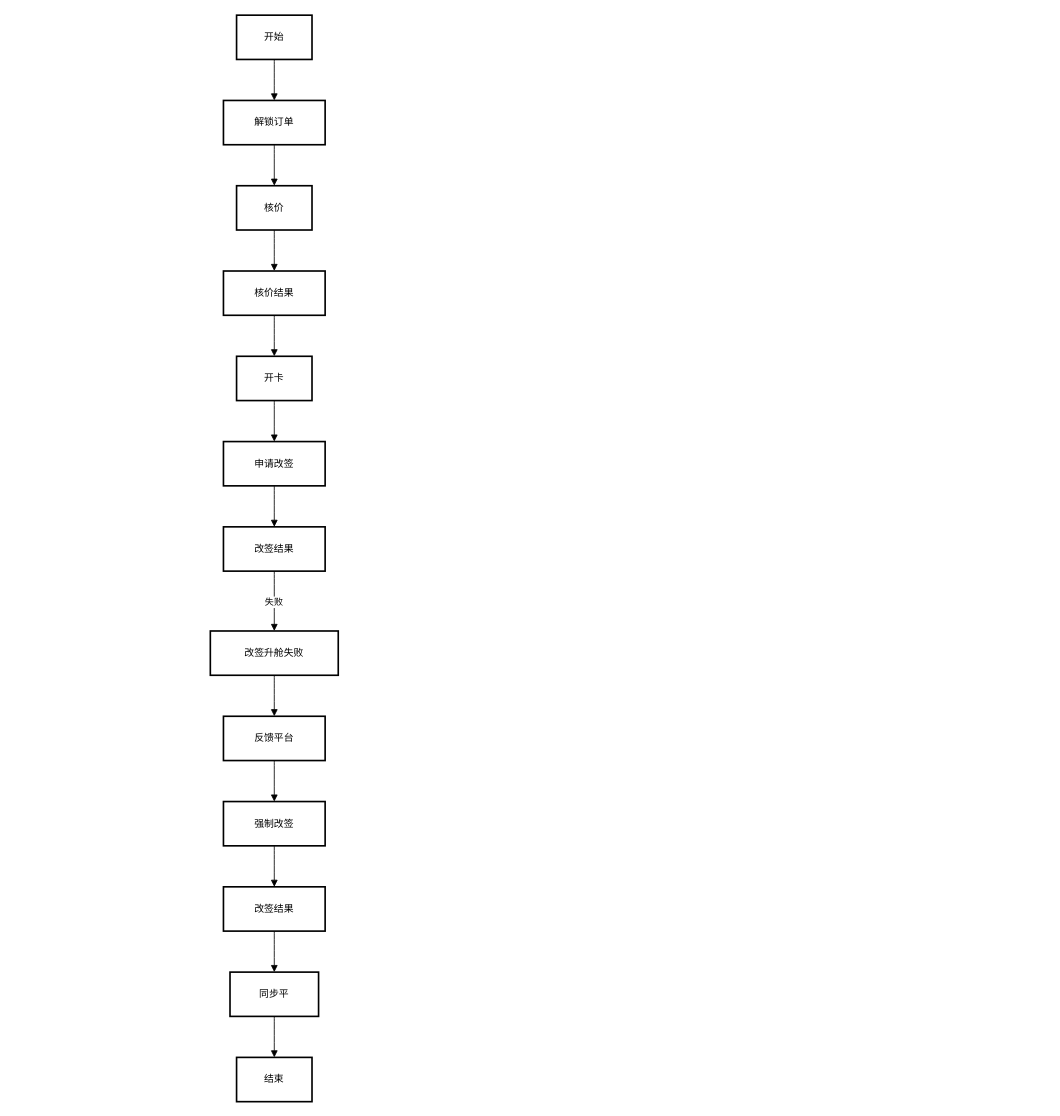
Before: 自动改签流程.drawio in kelvin9527/diagram, a draw.io diagram. Source tidied: cells renumbered, new cells numbered last; positions are measured from the earlier drawing's top-left corner, leaving out a move shared by most shapes. Both pictures are drawn from the tidied source at 82%, with x=0, y=0 at pixel (210, 15).
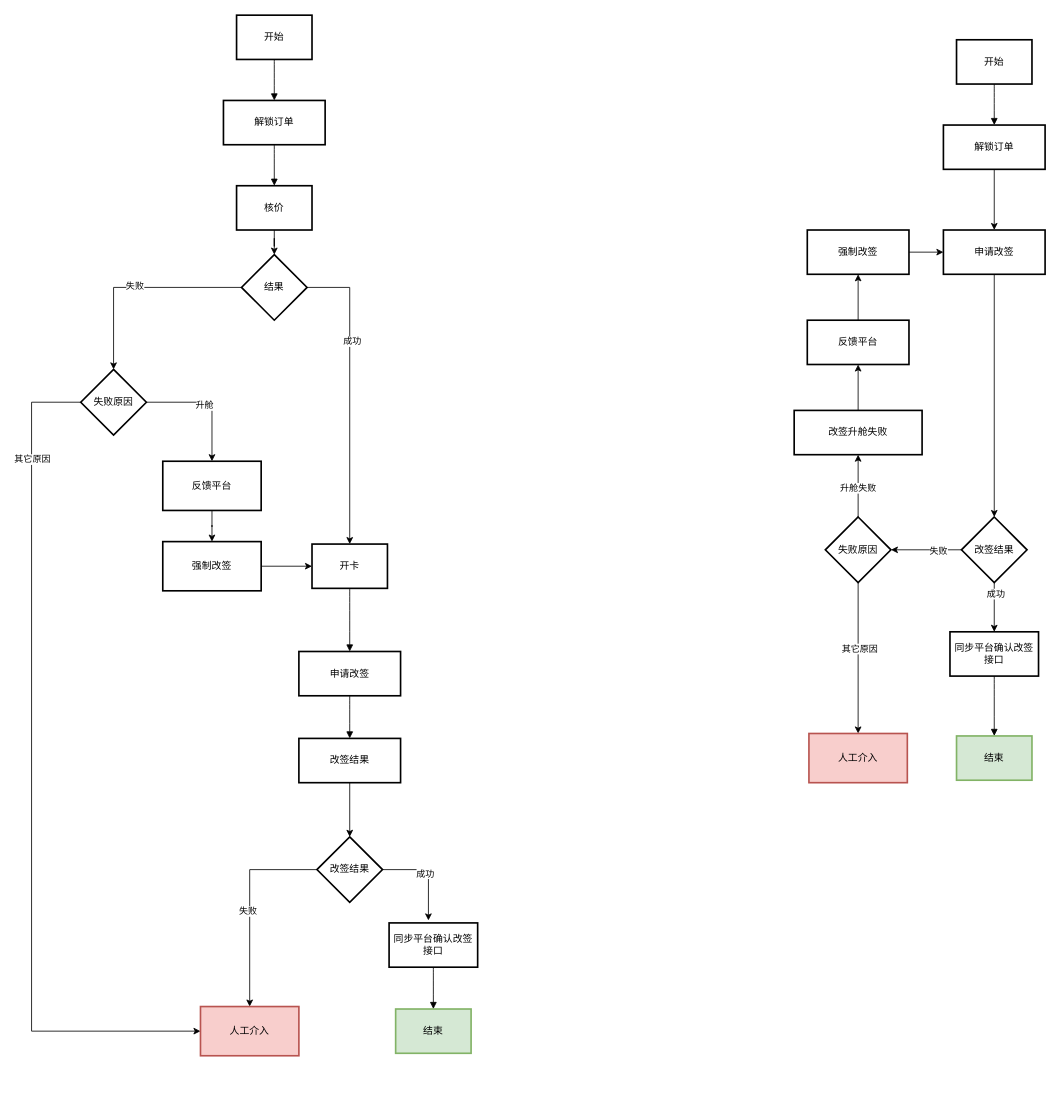
After the change.

Commit message:
更新自动改签流程.drawio

Unchanged cells that the change refers to:
```xml
<mxCell id="4" value="核价" style="whiteSpace=wrap;strokeWidth=2;" parent="1" vertex="1">
  <mxGeometry x="32" y="208" width="92" height="54" as="geometry" />
</mxCell>
```

The edit, as a diff of the source:
```diff
@@
+    <mxCell id="27" style="edgeStyle=orthogonalEdgeStyle;rounded=0;jettySize=auto;html=1;" parent="1" edge="1" source="4" target="54">
+      <mxGeometry relative="1" as="geometry" />
+    </mxCell>
@@
-    <mxCell id="5" value="核价结果" style="whiteSpace=wrap;strokeWidth=2;" parent="1" vertex="1">
-      <mxGeometry x="16" y="312" width="124" height="54" as="geometry" />
-    </mxCell>
     <mxCell id="6" value="开卡" style="whiteSpace=wrap;strokeWidth=2;" parent="1" vertex="1">
-      <mxGeometry x="32" y="416" width="92" height="54" as="geometry" />
+      <mxGeometry x="124" y="645" width="92" height="54" as="geometry" />
     </mxCell>
     <mxCell id="7" value="申请改签" style="whiteSpace=wrap;strokeWidth=2;" parent="1" vertex="1">
-      <mxGeometry x="16" y="520" width="124" height="54" as="geometry" />
+      <mxGeometry x="108" y="776" width="124" height="54" as="geometry" />
     </mxCell>
+    <mxCell id="28" style="edgeStyle=orthogonalEdgeStyle;rounded=0;jettySize=auto;html=1;" parent="1" edge="1" source="8" target="66">
+      <mxGeometry relative="1" as="geometry" />
+    </mxCell>
     <mxCell id="8" value="改签结果" style="whiteSpace=wrap;strokeWidth=2;" parent="1" vertex="1">
-      <mxGeometry x="16" y="624" width="124" height="54" as="geometry" />
+      <mxGeometry x="108" y="882" width="124" height="54" as="geometry" />
     </mxCell>
-    <mxCell id="9" value="改签升舱失败" style="whiteSpace=wrap;strokeWidth=2;" parent="1" vertex="1">
-      <mxGeometry y="751" width="156" height="54" as="geometry" />
-    </mxCell>
-    <mxCell id="10" value="反馈平台" style="whiteSpace=wrap;strokeWidth=2;" parent="1" vertex="1">
-      <mxGeometry x="16" y="855" width="124" height="54" as="geometry" />
-    </mxCell>
-    <mxCell id="11" value="强制改签" style="whiteSpace=wrap;strokeWidth=2;" parent="1" vertex="1">
-      <mxGeometry x="16" y="959" width="124" height="54" as="geometry" />
-    </mxCell>
-    <mxCell id="12" value="改签结果" style="whiteSpace=wrap;strokeWidth=2;" parent="1" vertex="1">
-      <mxGeometry x="16" y="1063" width="124" height="54" as="geometry" />
-    </mxCell>
-    <mxCell id="13" value="同步平" style="whiteSpace=wrap;strokeWidth=2;" parent="1" vertex="1">
-      <mxGeometry x="24" y="1167" width="108" height="54" as="geometry" />
-    </mxCell>
-    <mxCell id="14" value="结束" style="whiteSpace=wrap;strokeWidth=2;" parent="1" vertex="1">
-      <mxGeometry x="32" y="1271" width="92" height="54" as="geometry" />
-    </mxCell>
@@
-    <mxCell id="17" style="curved=1;startArrow=none;endArrow=block;exitX=0.5;exitY=1;entryX=0.5;entryY=0;" parent="1" edge="1" source="4" target="5">
-      <mxGeometry relative="1" as="geometry" />
-    </mxCell>
-    <mxCell id="18" style="curved=1;startArrow=none;endArrow=block;exitX=0.5;exitY=1;entryX=0.5;entryY=0;" parent="1" edge="1" source="5" target="6">
-      <mxGeometry relative="1" as="geometry" />
-    </mxCell>
@@
-    <mxCell id="21" value="失败" style="curved=1;startArrow=none;endArrow=block;exitX=0.5;exitY=1;entryX=0.5;entryY=0;" parent="1" edge="1" source="8" target="9">
-      <mxGeometry relative="1" as="geometry" />
-    </mxCell>
+    <mxCell id="29" value="开始" style="whiteSpace=wrap;strokeWidth=2;" parent="1" vertex="1">
+      <mxGeometry x="910" y="30" width="92" height="54" as="geometry" />
+    </mxCell>
+    <mxCell id="30" style="edgeStyle=orthogonalEdgeStyle;rounded=0;jettySize=auto;html=1;" parent="1" edge="1" source="31" target="33">
+      <mxGeometry relative="1" as="geometry" />
+    </mxCell>
+    <mxCell id="31" value="解锁订单" style="whiteSpace=wrap;strokeWidth=2;" parent="1" vertex="1">
+      <mxGeometry x="894" y="134" width="124" height="54" as="geometry" />
+    </mxCell>
+    <mxCell id="32" style="edgeStyle=orthogonalEdgeStyle;rounded=0;jettySize=auto;html=1;" parent="1" edge="1" source="33" target="43">
+      <mxGeometry relative="1" as="geometry" />
+    </mxCell>
+    <mxCell id="33" value="申请改签" style="whiteSpace=wrap;strokeWidth=2;" parent="1" vertex="1">
+      <mxGeometry x="894" y="262" width="124" height="54" as="geometry" />
+    </mxCell>
-    <mxCell id="22" style="curved=1;startArrow=none;endArrow=block;exitX=0.5;exitY=1;entryX=0.5;entryY=0;" parent="1" edge="1" source="9" target="10">
+    <mxCell id="22" style="edgeStyle=orthogonalEdgeStyle;rounded=0;jettySize=auto;html=1;" parent="1" edge="1" source="9" target="10">
       <mxGeometry relative="1" as="geometry" />
     </mxCell>
+    <mxCell id="9" value="改签升舱失败" style="whiteSpace=wrap;strokeWidth=2;" parent="1" vertex="1">
+      <mxGeometry x="712" y="482" width="156" height="54" as="geometry" />
+    </mxCell>
-    <mxCell id="23" style="curved=1;startArrow=none;endArrow=block;exitX=0.5;exitY=1;entryX=0.5;entryY=0;" parent="1" edge="1" source="10" target="11">
+    <mxCell id="23" style="edgeStyle=orthogonalEdgeStyle;rounded=0;jettySize=auto;html=1;" parent="1" edge="1" source="10" target="11">
       <mxGeometry relative="1" as="geometry" />
     </mxCell>
-    <mxCell id="24" style="curved=1;startArrow=none;endArrow=block;exitX=0.5;exitY=1;entryX=0.5;entryY=0;" parent="1" edge="1" source="11" target="12">
-      <mxGeometry relative="1" as="geometry" />
-    </mxCell>
-    <mxCell id="25" style="curved=1;startArrow=none;endArrow=block;exitX=0.5;exitY=1;entryX=0.5;entryY=0;" parent="1" edge="1" source="12" target="13">
-      <mxGeometry relative="1" as="geometry" />
-    </mxCell>
-    <mxCell id="26" style="curved=1;startArrow=none;endArrow=block;exitX=0.5;exitY=1;entryX=0.5;entryY=0;" parent="1" edge="1" source="13" target="14">
-      <mxGeometry relative="1" as="geometry" />
-    </mxCell>
+    <mxCell id="10" value="反馈平台" style="whiteSpace=wrap;strokeWidth=2;" parent="1" vertex="1">
+      <mxGeometry x="728" y="372" width="124" height="54" as="geometry" />
+    </mxCell>
+    <mxCell id="34" style="edgeStyle=orthogonalEdgeStyle;rounded=0;jettySize=auto;html=1;" parent="1" edge="1" source="11" target="33">
+      <mxGeometry relative="1" as="geometry" />
+    </mxCell>
+    <mxCell id="11" value="强制改签" style="whiteSpace=wrap;strokeWidth=2;" parent="1" vertex="1">
+      <mxGeometry x="728" y="262" width="124" height="54" as="geometry" />
+    </mxCell>
+    <mxCell id="35" value="同步平台确认改签接口" style="whiteSpace=wrap;strokeWidth=2;" parent="1" vertex="1">
+      <mxGeometry x="902" y="752" width="108" height="54" as="geometry" />
+    </mxCell>
+    <mxCell id="36" value="结束" style="whiteSpace=wrap;strokeWidth=2;fillColor=#d5e8d4;strokeColor=#82b366;" parent="1" vertex="1">
+      <mxGeometry x="910" y="879" width="92" height="54" as="geometry" />
+    </mxCell>
+    <mxCell id="37" style="curved=1;startArrow=none;endArrow=block;exitX=0.5;exitY=1;entryX=0.5;entryY=0;" parent="1" edge="1" source="29" target="31">
+      <mxGeometry relative="1" as="geometry" />
+    </mxCell>
+    <mxCell id="38" style="curved=1;startArrow=none;endArrow=block;exitX=0.5;exitY=1;entryX=0.5;entryY=0;" parent="1" edge="1" source="35" target="36">
+      <mxGeometry relative="1" as="geometry" />
+    </mxCell>
+    <mxCell id="39" style="edgeStyle=orthogonalEdgeStyle;rounded=0;jettySize=auto;html=1;" parent="1" edge="1" source="43" target="35">
+      <mxGeometry relative="1" as="geometry" />
+    </mxCell>
+    <mxCell id="40" value="成功" style="edgeLabel;html=1;align=center;verticalAlign=middle;" parent="39" vertex="1">
+      <mxGeometry x="-0.57" y="1" relative="1" as="geometry" />
+    </mxCell>
+    <mxCell id="41" style="edgeStyle=orthogonalEdgeStyle;rounded=0;jettySize=auto;html=1;" parent="1" edge="1" source="43" target="48">
+      <mxGeometry relative="1" as="geometry" />
+    </mxCell>
+    <mxCell id="42" value="失败" style="edgeLabel;html=1;align=center;verticalAlign=middle;" parent="41" vertex="1">
+      <mxGeometry x="-0.33" relative="1" as="geometry" />
+    </mxCell>
+    <mxCell id="43" value="改签结果" style="rhombus;whiteSpace=wrap;html=1;strokeWidth=2;" parent="1" vertex="1">
+      <mxGeometry x="916" y="612" width="80" height="80" as="geometry" />
+    </mxCell>
+    <mxCell id="44" style="edgeStyle=orthogonalEdgeStyle;rounded=0;jettySize=auto;html=1;" parent="1" edge="1" source="48" target="9">
+      <mxGeometry relative="1" as="geometry" />
+    </mxCell>
+    <mxCell id="45" value="升舱失败" style="edgeLabel;html=1;align=center;verticalAlign=middle;" parent="44" vertex="1">
+      <mxGeometry x="-0.04" y="1" relative="1" as="geometry" />
+    </mxCell>
+    <mxCell id="46" style="edgeStyle=orthogonalEdgeStyle;rounded=0;jettySize=auto;html=1;" parent="1" edge="1" source="48" target="49">
+      <mxGeometry relative="1" as="geometry" />
+    </mxCell>
+    <mxCell id="47" value="其它原因" style="edgeLabel;html=1;align=center;verticalAlign=middle;" parent="46" vertex="1">
+      <mxGeometry x="-0.13" y="1" relative="1" as="geometry" />
+    </mxCell>
+    <mxCell id="48" value="失败原因" style="rhombus;whiteSpace=wrap;html=1;strokeWidth=2;" parent="1" vertex="1">
+      <mxGeometry x="750" y="612" width="80" height="80" as="geometry" />
+    </mxCell>
+    <mxCell id="49" value="人工介入" style="whiteSpace=wrap;html=1;strokeWidth=2;fillColor=#f8cecc;strokeColor=#b85450;" parent="1" vertex="1">
+      <mxGeometry x="730" y="876" width="120" height="60" as="geometry" />
+    </mxCell>
+    <mxCell id="50" style="edgeStyle=orthogonalEdgeStyle;rounded=0;jettySize=auto;html=1;" parent="1" edge="1" source="54" target="6">
+      <mxGeometry relative="1" as="geometry" />
+    </mxCell>
+    <mxCell id="51" value="成功" style="edgeLabel;html=1;align=center;verticalAlign=middle;" parent="50" vertex="1">
+      <mxGeometry x="-0.36" y="2" relative="1" as="geometry" />
+    </mxCell>
+    <mxCell id="52" style="edgeStyle=orthogonalEdgeStyle;rounded=0;jettySize=auto;html=1;" parent="1" edge="1" source="54" target="59">
+      <mxGeometry relative="1" as="geometry" />
+    </mxCell>
+    <mxCell id="53" value="失败" style="edgeLabel;html=1;align=center;verticalAlign=middle;" parent="52" vertex="1">
+      <mxGeometry x="0.02" y="-2" relative="1" as="geometry" />
+    </mxCell>
+    <mxCell id="54" value="结果" style="rhombus;whiteSpace=wrap;html=1;strokeWidth=2;" parent="1" vertex="1">
+      <mxGeometry x="38" y="292" width="80" height="80" as="geometry" />
+    </mxCell>
+    <mxCell id="55" style="edgeStyle=orthogonalEdgeStyle;rounded=0;jettySize=auto;html=1;" parent="1" edge="1" source="59" target="61">
+      <mxGeometry relative="1" as="geometry" />
+    </mxCell>
+    <mxCell id="56" value="升舱" style="edgeLabel;html=1;align=center;verticalAlign=middle;" parent="55" vertex="1">
+      <mxGeometry x="-0.08" y="-3" relative="1" as="geometry" />
+    </mxCell>
+    <mxCell id="57" style="edgeStyle=orthogonalEdgeStyle;rounded=0;jettySize=auto;html=1;entryX=0;entryY=0.5;entryDx=0;entryDy=0;" parent="1" edge="1" source="59" target="67">
+      <mxGeometry relative="1" as="geometry">
+        <Array as="points">
+          <mxPoint x="-218" y="472" />
+          <mxPoint x="-218" y="1239" />
+        </Array>
+      </mxGeometry>
+    </mxCell>
+    <mxCell id="58" value="其它原因" style="edgeLabel;html=1;align=center;verticalAlign=middle;" parent="57" vertex="1">
+      <mxGeometry x="-0.75" relative="1" as="geometry" />
+    </mxCell>
+    <mxCell id="59" value="失败原因" style="rhombus;whiteSpace=wrap;html=1;strokeWidth=2;" parent="1" vertex="1">
+      <mxGeometry x="-158" y="432" width="80" height="80" as="geometry" />
+    </mxCell>
+    <mxCell id="60" style="edgeStyle=orthogonalEdgeStyle;rounded=0;jettySize=auto;html=1;" parent="1" edge="1" source="61" target="63">
+      <mxGeometry relative="1" as="geometry" />
+    </mxCell>
+    <mxCell id="61" value="反馈平台" style="whiteSpace=wrap;html=1;strokeWidth=2;" parent="1" vertex="1">
+      <mxGeometry x="-58" y="544" width="120" height="60" as="geometry" />
+    </mxCell>
+    <mxCell id="62" style="edgeStyle=orthogonalEdgeStyle;rounded=0;jettySize=auto;html=1;entryX=0;entryY=0.5;entryDx=0;entryDy=0;" parent="1" edge="1" source="63" target="6">
+      <mxGeometry relative="1" as="geometry" />
+    </mxCell>
+    <mxCell id="63" value="强制改签" style="whiteSpace=wrap;html=1;strokeWidth=2;" parent="1" vertex="1">
+      <mxGeometry x="-58" y="642" width="120" height="60" as="geometry" />
+    </mxCell>
+    <mxCell id="64" style="edgeStyle=orthogonalEdgeStyle;rounded=0;jettySize=auto;html=1;entryX=0.5;entryY=0;entryDx=0;entryDy=0;" parent="1" edge="1" source="66" target="67">
+      <mxGeometry relative="1" as="geometry" />
+    </mxCell>
+    <mxCell id="65" value="失败" style="edgeLabel;html=1;align=center;verticalAlign=middle;" parent="64" vertex="1">
+      <mxGeometry x="0.06" y="-3" relative="1" as="geometry" />
+    </mxCell>
+    <mxCell id="66" value="改签结果" style="rhombus;whiteSpace=wrap;html=1;strokeWidth=2;" parent="1" vertex="1">
+      <mxGeometry x="130" y="1002" width="80" height="80" as="geometry" />
+    </mxCell>
+    <mxCell id="67" value="人工介入" style="whiteSpace=wrap;html=1;strokeWidth=2;fillColor=#f8cecc;strokeColor=#b85450;" parent="1" vertex="1">
+      <mxGeometry x="-12" y="1209" width="120" height="60" as="geometry" />
+    </mxCell>
+    <mxCell id="68" value="同步平台确认改签接口" style="whiteSpace=wrap;strokeWidth=2;" parent="1" vertex="1">
+      <mxGeometry x="218" y="1107" width="108" height="54" as="geometry" />
+    </mxCell>
+    <mxCell id="69" value="结束" style="whiteSpace=wrap;strokeWidth=2;fillColor=#d5e8d4;strokeColor=#82b366;" parent="1" vertex="1">
+      <mxGeometry x="226" y="1212" width="92" height="54" as="geometry" />
+    </mxCell>
+    <mxCell id="70" style="curved=1;startArrow=none;endArrow=block;exitX=0.5;exitY=1;entryX=0.5;entryY=0;" parent="1" edge="1" source="68" target="69">
+      <mxGeometry relative="1" as="geometry" />
+    </mxCell>
+    <mxCell id="71" style="edgeStyle=orthogonalEdgeStyle;rounded=0;jettySize=auto;html=1;entryX=0.444;entryY=-0.056;entryDx=0;entryDy=0;entryPerimeter=0;" parent="1" edge="1" source="66" target="68">
+      <mxGeometry relative="1" as="geometry" />
+    </mxCell>
+    <mxCell id="72" value="成功" style="edgeLabel;html=1;align=center;verticalAlign=middle;" parent="71" vertex="1">
+      <mxGeometry x="0.03" y="-4" relative="1" as="geometry" />
+    </mxCell>
```
